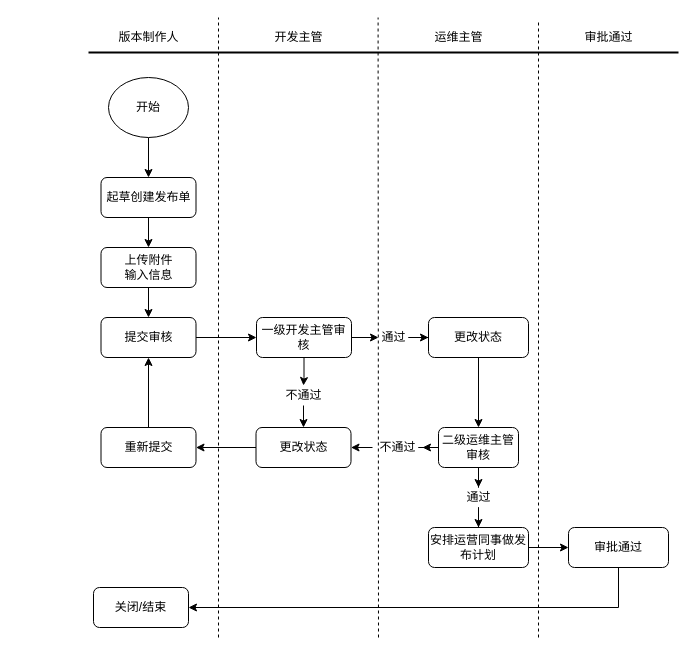
sharonwq/sharon_test keeps this draw.io diagram as src/com/cupd/sharon/Untitled Diagram.drawio. Above is the earlier version. Source tidied: cells renumbered, new cells numbered last; positions are measured from the earlier drawing's top-left corner, leaving out a move shared by most shapes. Both pictures are drawn from the tidied source at 100%, with x=0, y=0 at pixel (88, 17).
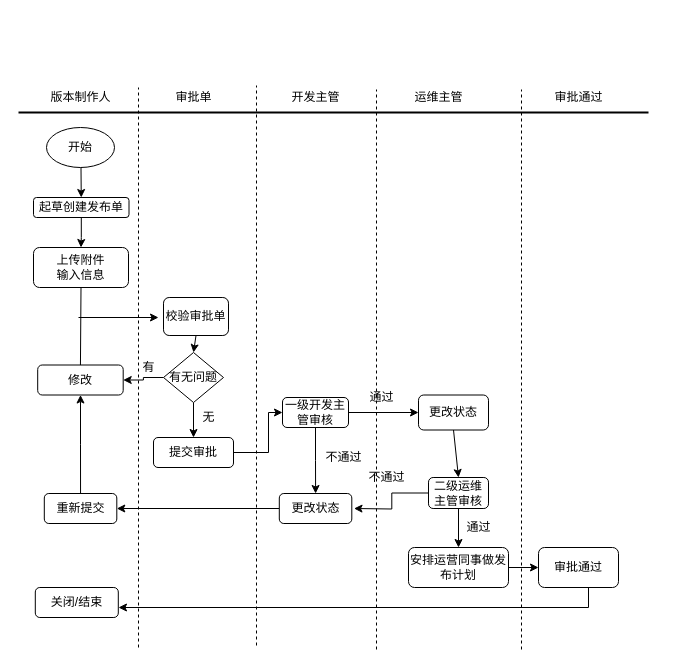
After the change.

What changed in the source:
```diff
@@
     <mxCell id="2" style="line;strokeWidth=2;html=1;" parent="1" vertex="1">
-      <mxGeometry y="30" width="590" height="10" as="geometry" />
+      <mxGeometry x="-70" y="90" width="630" height="10" as="geometry" />
     </mxCell>
-    <mxCell id="3" style="endArrow=none;dashed=1;html=1;" parent="1" edge="1">
-      <mxGeometry relative="1" as="geometry">
-        <mxPoint x="290" y="620" as="sourcePoint" />
-        <mxPoint x="290" as="targetPoint" />
-        <Array as="points">
-          <mxPoint x="289.6" y="30" />
-          <mxPoint x="289.6" />
-        </Array>
-      </mxGeometry>
-    </mxCell>
-    <mxCell id="4" style="endArrow=none;dashed=1;html=1;" parent="1" edge="1">
-      <mxGeometry relative="1" as="geometry">
-        <mxPoint x="450" y="620" as="sourcePoint" />
-        <mxPoint x="450" y="2" as="targetPoint" />
-        <Array as="points">
-          <mxPoint x="450" y="2" />
-        </Array>
-      </mxGeometry>
-    </mxCell>
-    <mxCell id="5" style="endArrow=none;dashed=1;html=1;" parent="1" edge="1">
-      <mxGeometry relative="1" as="geometry">
-        <mxPoint x="130" y="620" as="sourcePoint" />
-        <mxPoint x="130" as="targetPoint" />
-        <Array as="points">
-          <mxPoint x="130" y="30" />
-          <mxPoint x="130" />
-        </Array>
-      </mxGeometry>
-    </mxCell>
     <mxCell id="6" value="版本制作人" style="text;html=1;align=center;verticalAlign=middle;strokeColor=none;" parent="1" vertex="1">
-      <mxGeometry x="20" y="10" width="80" height="20" as="geometry" />
+      <mxGeometry x="-48" y="70" width="80" height="20" as="geometry" />
     </mxCell>
     <mxCell id="7" value="开发主管" style="text;html=1;align=center;verticalAlign=middle;strokeColor=none;" parent="1" vertex="1">
-      <mxGeometry x="180" y="10" width="60" height="20" as="geometry" />
+      <mxGeometry x="197" y="70" width="60" height="20" as="geometry" />
     </mxCell>
     <mxCell id="8" value="运维主管" style="text;html=1;align=center;verticalAlign=middle;strokeColor=none;" parent="1" vertex="1">
-      <mxGeometry x="340" y="10" width="60" height="20" as="geometry" />
+      <mxGeometry x="320" y="70" width="60" height="20" as="geometry" />
     </mxCell>
     <mxCell id="9" value="审批通过" style="text;html=1;align=center;verticalAlign=middle;strokeColor=none;" parent="1" vertex="1">
-      <mxGeometry x="490" y="10" width="60" height="20" as="geometry" />
+      <mxGeometry x="460" y="70" width="60" height="20" as="geometry" />
     </mxCell>
-    <mxCell id="10" style="edgeStyle=orthogonalEdgeStyle;rounded=0;jettySize=auto;html=1;exitX=0.5;exitY=1;exitDx=0;exitDy=0;entryX=0.5;entryY=0;entryDx=0;entryDy=0;" parent="1" edge="1" source="11" target="13">
-      <mxGeometry relative="1" as="geometry" />
+    <mxCell id="10" style="edgeStyle=orthogonalEdgeStyle;rounded=0;jettySize=auto;html=1;exitX=0.5;exitY=1;exitDx=0;exitDy=0;entryX=0.5;entryY=0;entryDx=0;entryDy=0;" parent="1" edge="1" target="13">
+      <mxGeometry relative="1" as="geometry">
+        <mxPoint x="-8" y="120" as="sourcePoint" />
+      </mxGeometry>
     </mxCell>
     <mxCell id="11" value="开始" style="ellipse;whiteSpace=wrap;html=1;" parent="1" vertex="1">
-      <mxGeometry x="20" y="60" width="80" height="60" as="geometry" />
+      <mxGeometry x="-42" y="110" width="68" height="40" as="geometry" />
     </mxCell>
@@
     <mxCell id="13" value="起草创建发布单" style="rounded=1;whiteSpace=wrap;html=1;" parent="1" vertex="1">
-      <mxGeometry x="12.5" y="160" width="95" height="40" as="geometry" />
+      <mxGeometry x="-55" y="180" width="95.5" height="20" as="geometry" />
     </mxCell>
-    <mxCell id="14" style="edgeStyle=orthogonalEdgeStyle;rounded=0;jettySize=auto;html=1;" parent="1" edge="1" source="15" target="17">
-      <mxGeometry relative="1" as="geometry" />
-    </mxCell>
     <mxCell id="15" value="上传附件&lt;br&gt;输入信息" style="rounded=1;whiteSpace=wrap;html=1;" parent="1" vertex="1">
-      <mxGeometry x="12.5" y="230" width="95" height="40" as="geometry" />
+      <mxGeometry x="-55" y="230" width="95" height="40" as="geometry" />
     </mxCell>
-    <mxCell id="16" style="edgeStyle=orthogonalEdgeStyle;rounded=0;jettySize=auto;html=1;" parent="1" edge="1" source="17" target="21">
-      <mxGeometry relative="1" as="geometry" />
-    </mxCell>
-    <mxCell id="17" value="提交审核" style="rounded=1;whiteSpace=wrap;html=1;" parent="1" vertex="1">
-      <mxGeometry x="12.5" y="300" width="95" height="40" as="geometry" />
+    <mxCell id="17" value="修改" style="rounded=1;whiteSpace=wrap;html=1;" parent="1" vertex="1">
+      <mxGeometry x="-50.8" y="347.5" width="85.5" height="30" as="geometry" />
     </mxCell>
-    <mxCell id="18" style="edgeStyle=orthogonalEdgeStyle;rounded=0;jettySize=auto;html=1;" parent="1" edge="1" source="19" target="17">
+    <mxCell id="18" style="edgeStyle=orthogonalEdgeStyle;rounded=0;jettySize=auto;html=1;exitX=0.5;exitY=0;exitDx=0;exitDy=0;" parent="1" edge="1" source="19" target="17">
       <mxGeometry relative="1" as="geometry" />
     </mxCell>
-    <mxCell id="19" value="重新提交" style="rounded=1;whiteSpace=wrap;html=1;" parent="1" vertex="1">
-      <mxGeometry x="12.5" y="410" width="95" height="40" as="geometry" />
-    </mxCell>
-    <mxCell id="20" style="edgeStyle=orthogonalEdgeStyle;rounded=0;jettySize=auto;html=1;" parent="1" edge="1" source="21" target="23">
-      <mxGeometry relative="1" as="geometry" />
-    </mxCell>
+    <mxCell id="43" style="edgeStyle=orthogonalEdgeStyle;rounded=0;jettySize=auto;html=1;" parent="1" edge="1" source="21" target="25">
+      <mxGeometry relative="1" as="geometry" />
+    </mxCell>
     <mxCell id="21" value="一级开发主管审核" style="rounded=1;whiteSpace=wrap;html=1;" parent="1" vertex="1">
-      <mxGeometry x="168" y="300" width="95" height="40" as="geometry" />
+      <mxGeometry x="194" y="380" width="66" height="30" as="geometry" />
     </mxCell>
-    <mxCell id="22" style="edgeStyle=orthogonalEdgeStyle;rounded=0;jettySize=auto;html=1;" parent="1" edge="1" source="23" target="25">
-      <mxGeometry relative="1" as="geometry" />
-    </mxCell>
     <mxCell id="23" value="不通过" style="text;html=1;align=center;verticalAlign=middle;points=[];strokeColor=none;" parent="1" vertex="1">
-      <mxGeometry x="190" y="368" width="50" height="20" as="geometry" />
+      <mxGeometry x="230" y="430" width="50" height="20" as="geometry" />
     </mxCell>
@@
     <mxCell id="25" value="更改状态" style="rounded=1;whiteSpace=wrap;html=1;" parent="1" vertex="1">
-      <mxGeometry x="167.5" y="410" width="95" height="40" as="geometry" />
+      <mxGeometry x="190.8" y="476" width="72.5" height="30" as="geometry" />
     </mxCell>
-    <mxCell id="26" style="endArrow=classic;html=1;exitX=1;exitY=0.5;exitDx=0;exitDy=0;" parent="1" edge="1" source="21">
-      <mxGeometry relative="1" as="geometry">
-        <mxPoint x="290" y="320" as="targetPoint" />
-      </mxGeometry>
+    <mxCell id="26" style="endArrow=classic;html=1;entryX=0;entryY=0.5;entryDx=0;entryDy=0;exitX=1;exitY=0.5;exitDx=0;exitDy=0;" parent="1" edge="1" source="21" target="30">
+      <mxGeometry relative="1" as="geometry" />
     </mxCell>
-    <mxCell id="27" style="edgeStyle=orthogonalEdgeStyle;rounded=0;jettySize=auto;html=1;" parent="1" edge="1" source="28" target="30">
-      <mxGeometry relative="1" as="geometry" />
-    </mxCell>
-    <mxCell id="28" value="通过" style="text;html=1;align=center;verticalAlign=middle;points=[];strokeColor=none;" parent="1" vertex="1">
-      <mxGeometry x="285" y="310" width="40" height="20" as="geometry" />
-    </mxCell>
-    <mxCell id="29" style="edgeStyle=orthogonalEdgeStyle;rounded=0;jettySize=auto;html=1;" parent="1" edge="1" source="30" target="33">
-      <mxGeometry relative="1" as="geometry" />
-    </mxCell>
     <mxCell id="30" value="更改状态" style="rounded=1;whiteSpace=wrap;html=1;" parent="1" vertex="1">
-      <mxGeometry x="340" y="300" width="100" height="40" as="geometry" />
+      <mxGeometry x="330" y="377.5" width="70" height="35" as="geometry" />
     </mxCell>
-    <mxCell id="31" style="edgeStyle=orthogonalEdgeStyle;rounded=0;jettySize=auto;html=1;" parent="1" edge="1" source="33" target="35">
-      <mxGeometry relative="1" as="geometry" />
-    </mxCell>
-    <mxCell id="32" style="edgeStyle=orthogonalEdgeStyle;rounded=0;jettySize=auto;html=1;" parent="1" edge="1" source="33" target="39">
-      <mxGeometry relative="1" as="geometry" />
-    </mxCell>
+    <mxCell id="44" style="edgeStyle=orthogonalEdgeStyle;rounded=0;jettySize=auto;html=1;" parent="1" edge="1" source="33" target="37">
+      <mxGeometry relative="1" as="geometry" />
+    </mxCell>
     <mxCell id="33" value="二级运维主管审核" style="rounded=1;whiteSpace=wrap;html=1;" parent="1" vertex="1">
-      <mxGeometry x="350" y="410" width="80" height="40" as="geometry" />
+      <mxGeometry x="340" y="460" width="60" height="31" as="geometry" />
     </mxCell>
-    <mxCell id="34" style="edgeStyle=orthogonalEdgeStyle;rounded=0;jettySize=auto;html=1;" parent="1" edge="1" source="35" target="25">
-      <mxGeometry relative="1" as="geometry" />
+    <mxCell id="34" style="edgeStyle=orthogonalEdgeStyle;rounded=0;jettySize=auto;html=1;exitX=0;exitY=0.5;exitDx=0;exitDy=0;" parent="1" edge="1" source="33">
+      <mxGeometry relative="1" as="geometry">
+        <mxPoint x="265.5" y="491" as="targetPoint" />
+      </mxGeometry>
     </mxCell>
     <mxCell id="35" value="不通过" style="text;html=1;align=center;verticalAlign=middle;points=[];strokeColor=none;" parent="1" vertex="1">
-      <mxGeometry x="284" y="420" width="50" height="20" as="geometry" />
+      <mxGeometry x="272.5" y="450" width="50" height="20" as="geometry" />
     </mxCell>
@@
     <mxCell id="37" value="安排运营同事做发布计划" style="rounded=1;whiteSpace=wrap;html=1;" parent="1" vertex="1">
-      <mxGeometry x="340" y="510" width="100" height="40" as="geometry" />
+      <mxGeometry x="320" y="530" width="100" height="40" as="geometry" />
     </mxCell>
-    <mxCell id="38" style="edgeStyle=orthogonalEdgeStyle;rounded=0;jettySize=auto;html=1;" parent="1" edge="1" source="39" target="37">
-      <mxGeometry relative="1" as="geometry" />
-    </mxCell>
-    <mxCell id="39" value="通过" style="text;html=1;align=center;verticalAlign=middle;points=[];strokeColor=none;" parent="1" vertex="1">
-      <mxGeometry x="370" y="470" width="40" height="20" as="geometry" />
-    </mxCell>
     <mxCell id="40" style="edgeStyle=orthogonalEdgeStyle;rounded=0;orthogonalLoop=1;jettySize=auto;html=1;" parent="1" edge="1">
       <mxGeometry relative="1" as="geometry">
         <mxPoint x="530" y="550" as="sourcePoint" />
-        <mxPoint x="100" y="590" as="targetPoint" />
+        <mxPoint x="30" y="590" as="targetPoint" />
         <Array as="points">
-          <mxPoint x="530" y="590" />
+          <mxPoint x="500" y="550" />
+          <mxPoint x="500" y="590" />
         </Array>
       </mxGeometry>
     </mxCell>
     <mxCell id="41" value="审批通过" style="rounded=1;whiteSpace=wrap;html=1;" parent="1" vertex="1">
-      <mxGeometry x="480" y="510" width="100" height="40" as="geometry" />
+      <mxGeometry x="450" y="530" width="80" height="40" as="geometry" />
     </mxCell>
     <mxCell id="42" value="关闭/结束" style="rounded=1;whiteSpace=wrap;html=1;" parent="1" vertex="1">
-      <mxGeometry x="5" y="570" width="95" height="40" as="geometry" />
+      <mxGeometry x="-53.2" y="570" width="83" height="30" as="geometry" />
     </mxCell>
+    <mxCell id="45" value="审批单" style="text;html=1;align=center;verticalAlign=middle;strokeColor=none;" parent="1" vertex="1">
+      <mxGeometry x="80" y="70" width="50" height="20" as="geometry" />
+    </mxCell>
+    <mxCell id="46" style="endArrow=none;html=1;exitX=0.5;exitY=0;exitDx=0;exitDy=0;entryX=0.5;entryY=1;entryDx=0;entryDy=0;" parent="1" edge="1" source="17" target="15">
+      <mxGeometry relative="1" as="geometry" />
+    </mxCell>
+    <mxCell id="47" style="endArrow=classic;html=1;" parent="1" edge="1">
+      <mxGeometry relative="1" as="geometry">
+        <mxPoint x="-10" y="300" as="sourcePoint" />
+        <mxPoint x="70" y="300" as="targetPoint" />
+      </mxGeometry>
+    </mxCell>
+    <mxCell id="48" value="校验审批单" style="rounded=1;whiteSpace=wrap;html=1;" parent="1" vertex="1">
+      <mxGeometry x="75" y="280" width="65" height="38" as="geometry" />
+    </mxCell>
+    <mxCell id="49" style="edgeStyle=orthogonalEdgeStyle;rounded=0;jettySize=auto;html=1;" parent="1" edge="1" source="51" target="17">
+      <mxGeometry relative="1" as="geometry" />
+    </mxCell>
+    <mxCell id="50" style="edgeStyle=orthogonalEdgeStyle;rounded=0;jettySize=auto;html=1;" parent="1" edge="1" source="51" target="53">
+      <mxGeometry relative="1" as="geometry" />
+    </mxCell>
+    <mxCell id="51" value="有无问题" style="rhombus;whiteSpace=wrap;html=1;" parent="1" vertex="1">
+      <mxGeometry x="75" y="335" width="60" height="50" as="geometry" />
+    </mxCell>
+    <mxCell id="52" style="edgeStyle=orthogonalEdgeStyle;rounded=0;jettySize=auto;html=1;entryX=0;entryY=0.5;entryDx=0;entryDy=0;" parent="1" edge="1" source="53" target="21">
+      <mxGeometry relative="1" as="geometry">
+        <Array as="points">
+          <mxPoint x="180" y="435" />
+          <mxPoint x="180" y="395" />
+        </Array>
+      </mxGeometry>
+    </mxCell>
+    <mxCell id="53" value="提交审批" style="rounded=1;whiteSpace=wrap;html=1;" parent="1" vertex="1">
+      <mxGeometry x="65" y="420" width="80" height="30" as="geometry" />
+    </mxCell>
+    <mxCell id="54" value="有" style="text;html=1;align=center;verticalAlign=middle;strokeColor=none;" parent="1" vertex="1">
+      <mxGeometry x="45" y="340" width="30" height="20" as="geometry" />
+    </mxCell>
+    <mxCell id="55" value="无" style="text;html=1;align=center;verticalAlign=middle;strokeColor=none;" parent="1" vertex="1">
+      <mxGeometry x="105" y="390" width="30" height="20" as="geometry" />
+    </mxCell>
+    <mxCell id="56" style="endArrow=classic;html=1;exitX=0.5;exitY=1;exitDx=0;exitDy=0;entryX=0.5;entryY=0;entryDx=0;entryDy=0;" parent="1" edge="1" source="48" target="51">
+      <mxGeometry relative="1" as="geometry" />
+    </mxCell>
+    <mxCell id="28" value="通过" style="text;html=1;align=center;verticalAlign=middle;points=[];strokeColor=none;" parent="1" vertex="1">
+      <mxGeometry x="272.5" y="370" width="40" height="20" as="geometry" />
+    </mxCell>
+    <mxCell id="19" value="重新提交" style="rounded=1;whiteSpace=wrap;html=1;" parent="1" vertex="1">
+      <mxGeometry x="-44.2" y="476" width="72.5" height="30" as="geometry" />
+    </mxCell>
+    <mxCell id="29" style="endArrow=classic;html=1;exitX=0.5;exitY=1;exitDx=0;exitDy=0;entryX=0.5;entryY=0;entryDx=0;entryDy=0;" parent="1" edge="1" source="30" target="33">
+      <mxGeometry relative="1" as="geometry" />
+    </mxCell>
+    <mxCell id="39" value="通过" style="text;html=1;align=center;verticalAlign=middle;points=[];strokeColor=none;" parent="1" vertex="1">
+      <mxGeometry x="370" y="500" width="40" height="20" as="geometry" />
+    </mxCell>
+    <mxCell id="57" style="endArrow=none;dashed=1;html=1;" parent="1" edge="1">
+      <mxGeometry relative="1" as="geometry">
+        <mxPoint x="50" y="630" as="sourcePoint" />
+        <mxPoint x="50" y="70" as="targetPoint" />
+      </mxGeometry>
+    </mxCell>
+    <mxCell id="58" style="endArrow=none;dashed=1;html=1;" parent="1" edge="1">
+      <mxGeometry relative="1" as="geometry">
+        <mxPoint x="168" y="628" as="sourcePoint" />
+        <mxPoint x="168" y="68" as="targetPoint" />
+      </mxGeometry>
+    </mxCell>
+    <mxCell id="59" style="endArrow=none;dashed=1;html=1;" parent="1" edge="1">
+      <mxGeometry relative="1" as="geometry">
+        <mxPoint x="288" y="632" as="sourcePoint" />
+        <mxPoint x="288" y="72" as="targetPoint" />
+      </mxGeometry>
+    </mxCell>
+    <mxCell id="60" style="endArrow=none;dashed=1;html=1;" parent="1" edge="1">
+      <mxGeometry relative="1" as="geometry">
+        <mxPoint x="433" y="632" as="sourcePoint" />
+        <mxPoint x="433" y="72" as="targetPoint" />
+      </mxGeometry>
+    </mxCell>
```
